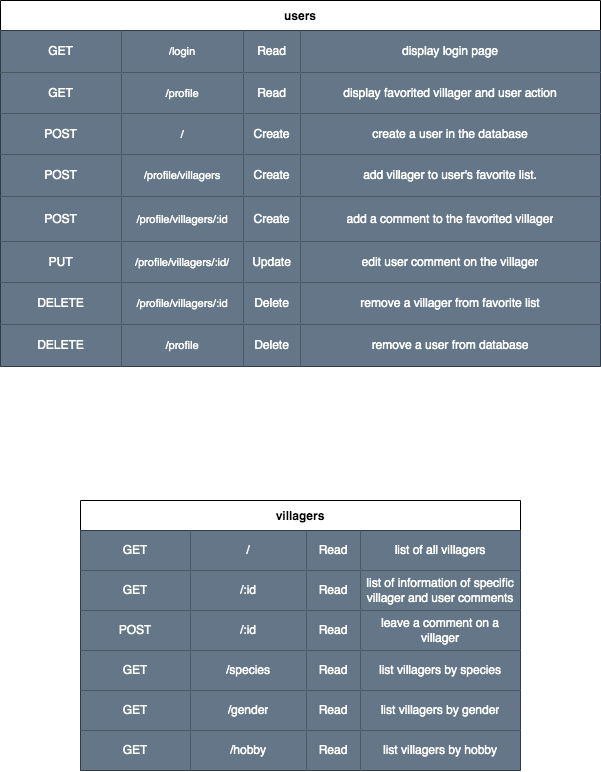
The draw.io diagram restful-route.drawio.png in PvrkFvmily/project-2, before a commit. Source tidied: cells renumbered, new cells last; positions are measured from the earlier drawing's top-left corner, leaving out a move shared by most shapes.
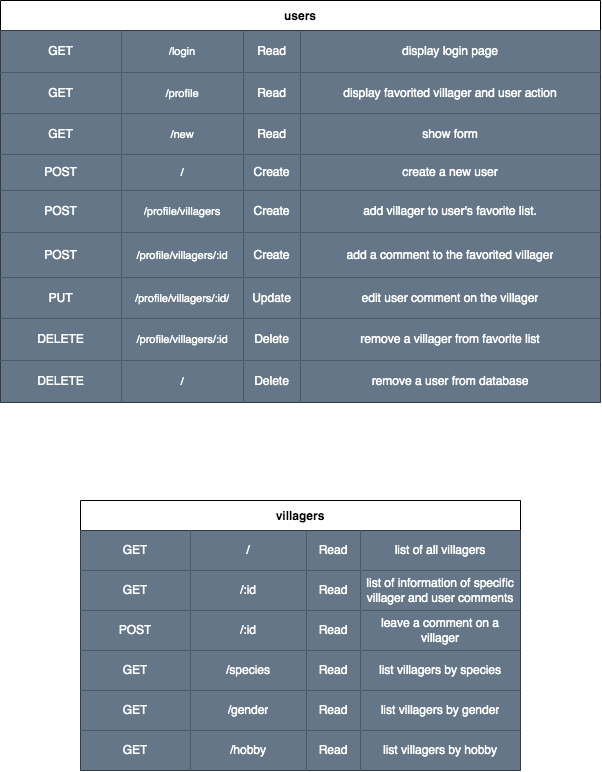
The same file after the commit.

Commit message:
updated readme erd and restful route

Diff of the diagram source:
```diff
@@ -3,7 +3,7 @@
     <mxCell id="0" />
     <mxCell id="1" parent="0" />
     <mxCell id="2" value="users" style="shape=table;startSize=30;fontStyle=1;align=center;" parent="1" vertex="1">
-      <mxGeometry width="600" height="366" as="geometry" />
+      <mxGeometry width="600" height="402" as="geometry" />
     </mxCell>
     <mxCell id="3" style="shape=partialRectangle;html=1;whiteSpace=wrap;fillColor=none;top=0;left=0;bottom=0;right=0;" parent="2" vertex="1">
       <mxGeometry y="30" width="600" height="42" as="geometry" />
@@ -38,20 +38,35 @@
     <mxCell id="13" style="shape=partialRectangle;html=1;whiteSpace=wrap;fillColor=none;top=0;left=0;bottom=0;right=0;" parent="2" vertex="1">
       <mxGeometry y="113" width="600" height="41" as="geometry" />
     </mxCell>
-    <mxCell id="14" value="POST" style="shape=partialRectangle;html=1;whiteSpace=wrap;fillColor=#647687;top=0;left=0;bottom=0;right=0;overflow=hidden;fontColor=#ffffff;strokeColor=#FFFFFF;" parent="13" vertex="1">
+    <mxCell id="14" value="GET" style="shape=partialRectangle;html=1;whiteSpace=wrap;fillColor=#647687;top=0;left=0;bottom=0;right=0;overflow=hidden;fontColor=#ffffff;strokeColor=#FFFFFF;" parent="13" vertex="1">
       <mxGeometry width="121" height="41" as="geometry" />
     </mxCell>
-    <mxCell id="15" value="/" style="shape=partialRectangle;html=1;whiteSpace=wrap;fillColor=#647687;top=0;left=0;bottom=0;right=0;overflow=hidden;fontSize=11;fontColor=#ffffff;strokeColor=#FFFFFF;" parent="13" vertex="1">
+    <mxCell id="15" value="/new" style="shape=partialRectangle;html=1;whiteSpace=wrap;fillColor=#647687;top=0;left=0;bottom=0;right=0;overflow=hidden;fontSize=11;fontColor=#ffffff;strokeColor=#FFFFFF;" parent="13" vertex="1">
       <mxGeometry x="121" width="122" height="41" as="geometry" />
     </mxCell>
-    <mxCell id="16" value="Create" style="shape=partialRectangle;html=1;whiteSpace=wrap;fillColor=#647687;top=0;left=0;bottom=0;right=0;overflow=hidden;fontColor=#ffffff;strokeColor=#FFFFFF;" parent="13" vertex="1">
+    <mxCell id="16" value="Read" style="shape=partialRectangle;html=1;whiteSpace=wrap;fillColor=#647687;top=0;left=0;bottom=0;right=0;overflow=hidden;fontColor=#ffffff;strokeColor=#FFFFFF;" parent="13" vertex="1">
       <mxGeometry x="243" width="57" height="41" as="geometry" />
     </mxCell>
-    <mxCell id="17" value="create a user in the database" style="shape=partialRectangle;html=1;whiteSpace=wrap;fillColor=#647687;top=0;left=0;bottom=0;right=0;overflow=hidden;fontColor=#ffffff;strokeColor=#FFFFFF;" parent="13" vertex="1">
+    <mxCell id="17" value="show form" style="shape=partialRectangle;html=1;whiteSpace=wrap;fillColor=#647687;top=0;left=0;bottom=0;right=0;overflow=hidden;fontColor=#ffffff;strokeColor=#FFFFFF;" parent="13" vertex="1">
       <mxGeometry x="300" width="300" height="41" as="geometry" />
     </mxCell>
+    <mxCell id="74" style="shape=partialRectangle;html=1;whiteSpace=wrap;fillColor=none;top=0;left=0;bottom=0;right=0;" parent="2" vertex="1">
+      <mxGeometry y="154" width="600" height="36" as="geometry" />
+    </mxCell>
+    <mxCell id="75" value="POST" style="shape=partialRectangle;html=1;whiteSpace=wrap;fillColor=#647687;top=0;left=0;bottom=0;right=0;overflow=hidden;fontColor=#ffffff;strokeColor=#FFFFFF;" parent="74" vertex="1">
+      <mxGeometry width="121" height="36" as="geometry" />
+    </mxCell>
+    <mxCell id="76" value="/" style="shape=partialRectangle;html=1;whiteSpace=wrap;fillColor=#647687;top=0;left=0;bottom=0;right=0;overflow=hidden;fontSize=11;fontColor=#ffffff;strokeColor=#FFFFFF;" parent="74" vertex="1">
+      <mxGeometry x="121" width="122" height="36" as="geometry" />
+    </mxCell>
+    <mxCell id="77" value="Create" style="shape=partialRectangle;html=1;whiteSpace=wrap;fillColor=#647687;top=0;left=0;bottom=0;right=0;overflow=hidden;fontColor=#ffffff;strokeColor=#FFFFFF;" parent="74" vertex="1">
+      <mxGeometry x="243" width="57" height="36" as="geometry" />
+    </mxCell>
+    <mxCell id="78" value="create a new user" style="shape=partialRectangle;html=1;whiteSpace=wrap;fillColor=#647687;top=0;left=0;bottom=0;right=0;overflow=hidden;fontColor=#ffffff;strokeColor=#FFFFFF;" parent="74" vertex="1">
+      <mxGeometry x="300" width="300" height="36" as="geometry" />
+    </mxCell>
     <mxCell id="18" style="shape=partialRectangle;html=1;whiteSpace=wrap;fillColor=none;top=0;left=0;bottom=0;right=0;" parent="2" vertex="1">
-      <mxGeometry y="154" width="600" height="42" as="geometry" />
+      <mxGeometry y="190" width="600" height="42" as="geometry" />
     </mxCell>
     <mxCell id="19" value="POST" style="shape=partialRectangle;html=1;whiteSpace=wrap;fillColor=#647687;top=0;left=0;bottom=0;right=0;overflow=hidden;fontColor=#ffffff;strokeColor=#FFFFFF;" parent="18" vertex="1">
       <mxGeometry width="121" height="42" as="geometry" />
@@ -66,7 +81,7 @@
       <mxGeometry x="300" width="300" height="42" as="geometry" />
     </mxCell>
     <mxCell id="23" style="shape=partialRectangle;html=1;whiteSpace=wrap;fillColor=none;top=0;left=0;bottom=0;right=0;" parent="2" vertex="1">
-      <mxGeometry y="196" width="600" height="45" as="geometry" />
+      <mxGeometry y="232" width="600" height="45" as="geometry" />
     </mxCell>
     <mxCell id="24" value="POST" style="shape=partialRectangle;html=1;whiteSpace=wrap;fillColor=#647687;top=0;left=0;bottom=0;right=0;overflow=hidden;fontColor=#ffffff;strokeColor=#FFFFFF;" parent="23" vertex="1">
       <mxGeometry width="121" height="45" as="geometry" />
@@ -81,7 +96,7 @@
       <mxGeometry x="300" width="300" height="45" as="geometry" />
     </mxCell>
     <mxCell id="28" style="shape=partialRectangle;html=1;whiteSpace=wrap;fillColor=none;top=0;left=0;bottom=0;right=0;" parent="2" vertex="1">
-      <mxGeometry y="241" width="600" height="41" as="geometry" />
+      <mxGeometry y="277" width="600" height="41" as="geometry" />
     </mxCell>
     <mxCell id="29" value="PUT" style="shape=partialRectangle;html=1;whiteSpace=wrap;fillColor=#647687;top=0;left=0;bottom=0;right=0;overflow=hidden;fontColor=#ffffff;strokeColor=#FFFFFF;" parent="28" vertex="1">
       <mxGeometry width="121" height="41" as="geometry" />
@@ -96,7 +111,7 @@
       <mxGeometry x="300" width="300" height="41" as="geometry" />
     </mxCell>
     <mxCell id="33" style="shape=partialRectangle;html=1;whiteSpace=wrap;fillColor=none;top=0;left=0;bottom=0;right=0;" parent="2" vertex="1">
-      <mxGeometry y="282" width="600" height="42" as="geometry" />
+      <mxGeometry y="318" width="600" height="42" as="geometry" />
     </mxCell>
     <mxCell id="34" value="DELETE" style="shape=partialRectangle;html=1;whiteSpace=wrap;fillColor=#647687;top=0;left=0;bottom=0;right=0;overflow=hidden;fontColor=#ffffff;strokeColor=#FFFFFF;" parent="33" vertex="1">
       <mxGeometry width="121" height="42" as="geometry" />
@@ -111,12 +126,12 @@
       <mxGeometry x="300" width="300" height="42" as="geometry" />
     </mxCell>
     <mxCell id="38" style="shape=partialRectangle;html=1;whiteSpace=wrap;fillColor=none;top=0;left=0;bottom=0;right=0;" parent="2" vertex="1">
-      <mxGeometry y="324" width="600" height="42" as="geometry" />
+      <mxGeometry y="360" width="600" height="42" as="geometry" />
     </mxCell>
     <mxCell id="39" value="DELETE" style="shape=partialRectangle;html=1;whiteSpace=wrap;fillColor=#647687;top=0;left=0;bottom=0;right=0;overflow=hidden;fontColor=#ffffff;strokeColor=#FFFFFF;" parent="38" vertex="1">
       <mxGeometry width="121" height="42" as="geometry" />
     </mxCell>
-    <mxCell id="40" value="/profile" style="shape=partialRectangle;html=1;whiteSpace=wrap;fillColor=#647687;top=0;left=0;bottom=0;right=0;overflow=hidden;fontSize=11;fontColor=#ffffff;strokeColor=#FFFFFF;" parent="38" vertex="1">
+    <mxCell id="40" value="/" style="shape=partialRectangle;html=1;whiteSpace=wrap;fillColor=#647687;top=0;left=0;bottom=0;right=0;overflow=hidden;fontSize=11;fontColor=#ffffff;strokeColor=#FFFFFF;" parent="38" vertex="1">
       <mxGeometry x="121" width="122" height="42" as="geometry" />
     </mxCell>
     <mxCell id="41" value="Delete" style="shape=partialRectangle;html=1;whiteSpace=wrap;fillColor=#647687;top=0;left=0;bottom=0;right=0;overflow=hidden;fontColor=#ffffff;strokeColor=#FFFFFF;" parent="38" vertex="1">
```
